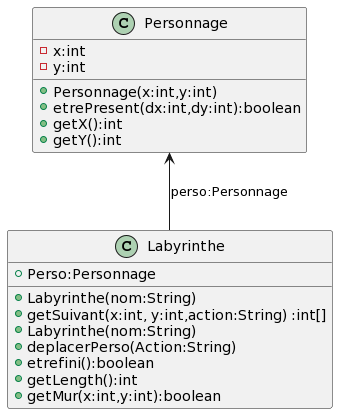
The PlantUML diagram racine_depot/documents/version_1/umlV1.png in Hugo-COLLIN/BUT_INFO_S2_2022_Zeldiablo, before a commit.
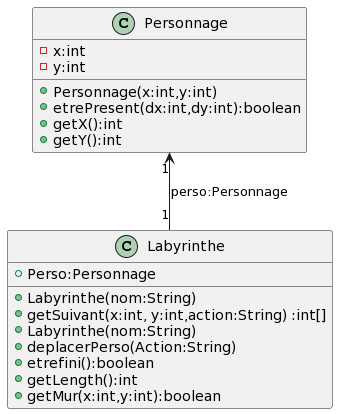
The same diagram one commit later.

Commit message:
rectification diagramme

Change to the diagram source:
```diff
@@ -20,5 +20,5 @@
 +getY():int
 
 }
-Labyrinthe-up->Personnage:perso:Personnage
+Labyrinthe "1"-up->"1" Personnage:perso:Personnage
 @enduml
```
